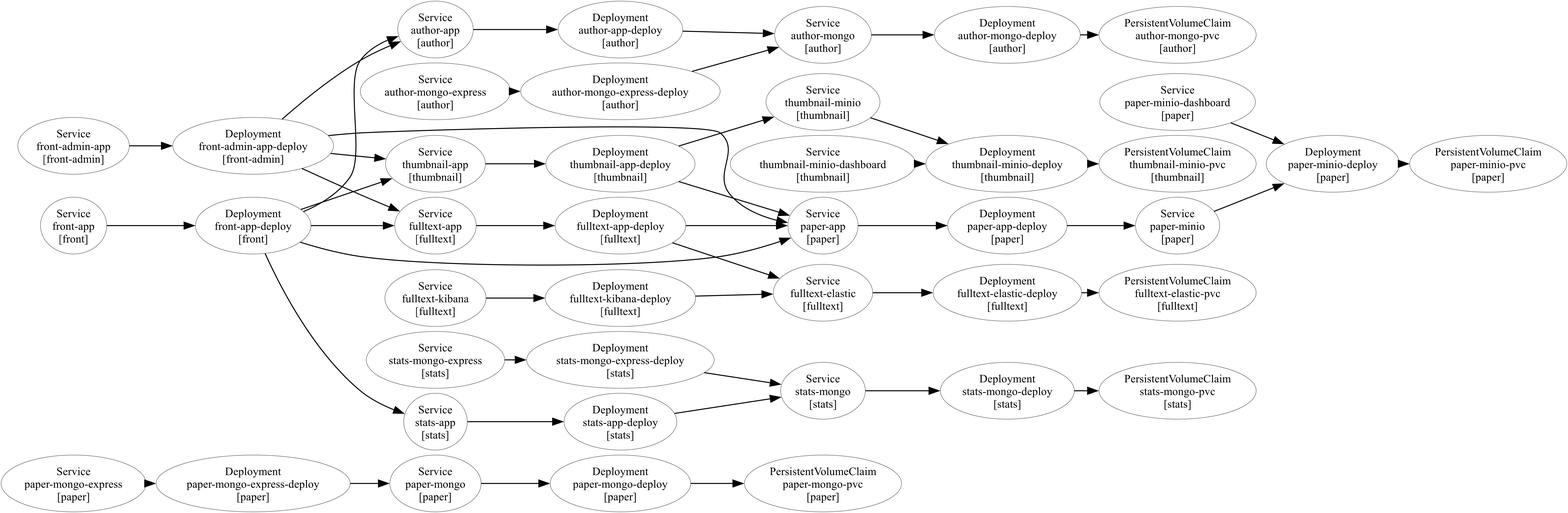
Above: EXPERIMENT/dependency_graph.png in cdsl-research/doktor-v2 (Graphviz), before the change. Its source is kept beside it as EXPERIMENT/dependency_graph.dot.
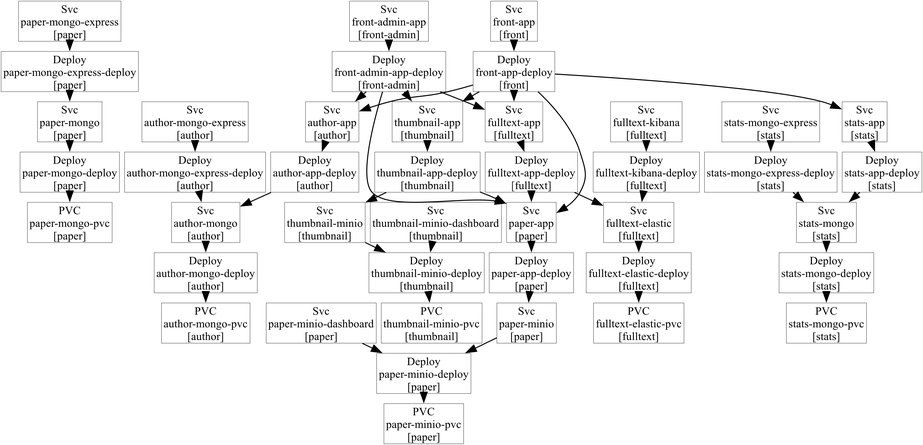
Above is the later version.

The edit, as a diff of the source:
```diff
@@ -1,50 +1,49 @@
 digraph G {
-node [fontsize=40];
+node [fontsize=40,shape=box];
 edge [arrowsize=3.5,penwidth=3.5];
-rankdir=LR;
-    "Deployment\npaper-mongo-express-deploy\n[paper]" -> "Service\npaper-mongo\n[paper]";
-    "Service\npaper-mongo-express\n[paper]" -> "Deployment\npaper-mongo-express-deploy\n[paper]";
-    "Deployment\npaper-mongo-deploy\n[paper]" -> "PersistentVolumeClaim\npaper-mongo-pvc\n[paper]";
-    "Service\npaper-mongo\n[paper]" -> "Deployment\npaper-mongo-deploy\n[paper]";
-    "Deployment\npaper-app-deploy\n[paper]" -> "Service\npaper-minio\n[paper]";
-    "Service\npaper-app\n[paper]" -> "Deployment\npaper-app-deploy\n[paper]";
-    "Deployment\npaper-minio-deploy\n[paper]" -> "PersistentVolumeClaim\npaper-minio-pvc\n[paper]";
-    "Service\npaper-minio\n[paper]" -> "Deployment\npaper-minio-deploy\n[paper]";
-    "Service\npaper-minio-dashboard\n[paper]" -> "Deployment\npaper-minio-deploy\n[paper]";
-    "Deployment\nthumbnail-minio-deploy\n[thumbnail]" -> "PersistentVolumeClaim\nthumbnail-minio-pvc\n[thumbnail]";
-    "Service\nthumbnail-minio\n[thumbnail]" -> "Deployment\nthumbnail-minio-deploy\n[thumbnail]";
-    "Service\nthumbnail-minio-dashboard\n[thumbnail]" -> "Deployment\nthumbnail-minio-deploy\n[thumbnail]";
-    "Deployment\nthumbnail-app-deploy\n[thumbnail]" -> "Service\nthumbnail-minio\n[thumbnail]";
-    "Deployment\nthumbnail-app-deploy\n[thumbnail]" -> "Service\npaper-app\n[paper]";
-    "Service\nthumbnail-app\n[thumbnail]" -> "Deployment\nthumbnail-app-deploy\n[thumbnail]";
-    "Deployment\nauthor-mongo-deploy\n[author]" -> "PersistentVolumeClaim\nauthor-mongo-pvc\n[author]";
-    "Service\nauthor-mongo\n[author]" -> "Deployment\nauthor-mongo-deploy\n[author]";
-    "Deployment\nauthor-mongo-express-deploy\n[author]" -> "Service\nauthor-mongo\n[author]";
-    "Service\nauthor-mongo-express\n[author]" -> "Deployment\nauthor-mongo-express-deploy\n[author]";
-    "Deployment\nauthor-app-deploy\n[author]" -> "Service\nauthor-mongo\n[author]";
-    "Service\nauthor-app\n[author]" -> "Deployment\nauthor-app-deploy\n[author]";
-    "Deployment\nfront-admin-app-deploy\n[front-admin]" -> "Service\npaper-app\n[paper]";
-    "Deployment\nfront-admin-app-deploy\n[front-admin]" -> "Service\nauthor-app\n[author]";
-    "Deployment\nfront-admin-app-deploy\n[front-admin]" -> "Service\nthumbnail-app\n[thumbnail]";
-    "Deployment\nfront-admin-app-deploy\n[front-admin]" -> "Service\nfulltext-app\n[fulltext]";
-    "Service\nfront-admin-app\n[front-admin]" -> "Deployment\nfront-admin-app-deploy\n[front-admin]";
-    "Deployment\nfulltext-app-deploy\n[fulltext]" -> "Service\nfulltext-elastic\n[fulltext]";
-    "Deployment\nfulltext-app-deploy\n[fulltext]" -> "Service\npaper-app\n[paper]";
-    "Service\nfulltext-app\n[fulltext]" -> "Deployment\nfulltext-app-deploy\n[fulltext]";
-    "Deployment\nfulltext-elastic-deploy\n[fulltext]" -> "PersistentVolumeClaim\nfulltext-elastic-pvc\n[fulltext]";
-    "Service\nfulltext-elastic\n[fulltext]" -> "Deployment\nfulltext-elastic-deploy\n[fulltext]";
-    "Deployment\nfulltext-kibana-deploy\n[fulltext]" -> "Service\nfulltext-elastic\n[fulltext]";
-    "Service\nfulltext-kibana\n[fulltext]" -> "Deployment\nfulltext-kibana-deploy\n[fulltext]";
-    "Deployment\nfront-app-deploy\n[front]" -> "Service\npaper-app\n[paper]";
-    "Deployment\nfront-app-deploy\n[front]" -> "Service\nauthor-app\n[author]";
-    "Deployment\nfront-app-deploy\n[front]" -> "Service\nthumbnail-app\n[thumbnail]";
-    "Deployment\nfront-app-deploy\n[front]" -> "Service\nfulltext-app\n[fulltext]";
-    "Deployment\nfront-app-deploy\n[front]" -> "Service\nstats-app\n[stats]";
-    "Service\nfront-app\n[front]" -> "Deployment\nfront-app-deploy\n[front]";
-    "Deployment\nstats-app-deploy\n[stats]" -> "Service\nstats-mongo\n[stats]";
-    "Service\nstats-app\n[stats]" -> "Deployment\nstats-app-deploy\n[stats]";
-    "Deployment\nstats-mongo-express-deploy\n[stats]" -> "Service\nstats-mongo\n[stats]";
-    "Service\nstats-mongo-express\n[stats]" -> "Deployment\nstats-mongo-express-deploy\n[stats]";
-    "Deployment\nstats-mongo-deploy\n[stats]" -> "PersistentVolumeClaim\nstats-mongo-pvc\n[stats]";
-    "Service\nstats-mongo\n[stats]" -> "Deployment\nstats-mongo-deploy\n[stats]";
+    "Deploy\npaper-mongo-express-deploy\n[paper]" -> "Svc\npaper-mongo\n[paper]";
+    "Svc\npaper-mongo-express\n[paper]" -> "Deploy\npaper-mongo-express-deploy\n[paper]";
+    "Deploy\npaper-mongo-deploy\n[paper]" -> "PVC\npaper-mongo-pvc\n[paper]";
+    "Svc\npaper-mongo\n[paper]" -> "Deploy\npaper-mongo-deploy\n[paper]";
+    "Deploy\npaper-app-deploy\n[paper]" -> "Svc\npaper-minio\n[paper]";
+    "Svc\npaper-app\n[paper]" -> "Deploy\npaper-app-deploy\n[paper]";
+    "Deploy\npaper-minio-deploy\n[paper]" -> "PVC\npaper-minio-pvc\n[paper]";
+    "Svc\npaper-minio\n[paper]" -> "Deploy\npaper-minio-deploy\n[paper]";
+    "Svc\npaper-minio-dashboard\n[paper]" -> "Deploy\npaper-minio-deploy\n[paper]";
+    "Deploy\nthumbnail-minio-deploy\n[thumbnail]" -> "PVC\nthumbnail-minio-pvc\n[thumbnail]";
+    "Svc\nthumbnail-minio\n[thumbnail]" -> "Deploy\nthumbnail-minio-deploy\n[thumbnail]";
+    "Svc\nthumbnail-minio-dashboard\n[thumbnail]" -> "Deploy\nthumbnail-minio-deploy\n[thumbnail]";
+    "Deploy\nthumbnail-app-deploy\n[thumbnail]" -> "Svc\nthumbnail-minio\n[thumbnail]";
+    "Deploy\nthumbnail-app-deploy\n[thumbnail]" -> "Svc\npaper-app\n[paper]";
+    "Svc\nthumbnail-app\n[thumbnail]" -> "Deploy\nthumbnail-app-deploy\n[thumbnail]";
+    "Deploy\nauthor-mongo-deploy\n[author]" -> "PVC\nauthor-mongo-pvc\n[author]";
+    "Svc\nauthor-mongo\n[author]" -> "Deploy\nauthor-mongo-deploy\n[author]";
+    "Deploy\nauthor-mongo-express-deploy\n[author]" -> "Svc\nauthor-mongo\n[author]";
+    "Svc\nauthor-mongo-express\n[author]" -> "Deploy\nauthor-mongo-express-deploy\n[author]";
+    "Deploy\nauthor-app-deploy\n[author]" -> "Svc\nauthor-mongo\n[author]";
+    "Svc\nauthor-app\n[author]" -> "Deploy\nauthor-app-deploy\n[author]";
+    "Deploy\nfront-admin-app-deploy\n[front-admin]" -> "Svc\npaper-app\n[paper]";
+    "Deploy\nfront-admin-app-deploy\n[front-admin]" -> "Svc\nauthor-app\n[author]";
+    "Deploy\nfront-admin-app-deploy\n[front-admin]" -> "Svc\nthumbnail-app\n[thumbnail]";
+    "Deploy\nfront-admin-app-deploy\n[front-admin]" -> "Svc\nfulltext-app\n[fulltext]";
+    "Svc\nfront-admin-app\n[front-admin]" -> "Deploy\nfront-admin-app-deploy\n[front-admin]";
+    "Deploy\nfulltext-app-deploy\n[fulltext]" -> "Svc\nfulltext-elastic\n[fulltext]";
+    "Deploy\nfulltext-app-deploy\n[fulltext]" -> "Svc\npaper-app\n[paper]";
+    "Svc\nfulltext-app\n[fulltext]" -> "Deploy\nfulltext-app-deploy\n[fulltext]";
+    "Deploy\nfulltext-elastic-deploy\n[fulltext]" -> "PVC\nfulltext-elastic-pvc\n[fulltext]";
+    "Svc\nfulltext-elastic\n[fulltext]" -> "Deploy\nfulltext-elastic-deploy\n[fulltext]";
+    "Deploy\nfulltext-kibana-deploy\n[fulltext]" -> "Svc\nfulltext-elastic\n[fulltext]";
+    "Svc\nfulltext-kibana\n[fulltext]" -> "Deploy\nfulltext-kibana-deploy\n[fulltext]";
+    "Deploy\nfront-app-deploy\n[front]" -> "Svc\npaper-app\n[paper]";
+    "Deploy\nfront-app-deploy\n[front]" -> "Svc\nauthor-app\n[author]";
+    "Deploy\nfront-app-deploy\n[front]" -> "Svc\nthumbnail-app\n[thumbnail]";
+    "Deploy\nfront-app-deploy\n[front]" -> "Svc\nfulltext-app\n[fulltext]";
+    "Deploy\nfront-app-deploy\n[front]" -> "Svc\nstats-app\n[stats]";
+    "Svc\nfront-app\n[front]" -> "Deploy\nfront-app-deploy\n[front]";
+    "Deploy\nstats-app-deploy\n[stats]" -> "Svc\nstats-mongo\n[stats]";
+    "Svc\nstats-app\n[stats]" -> "Deploy\nstats-app-deploy\n[stats]";
+    "Deploy\nstats-mongo-express-deploy\n[stats]" -> "Svc\nstats-mongo\n[stats]";
+    "Svc\nstats-mongo-express\n[stats]" -> "Deploy\nstats-mongo-express-deploy\n[stats]";
+    "Deploy\nstats-mongo-deploy\n[stats]" -> "PVC\nstats-mongo-pvc\n[stats]";
+    "Svc\nstats-mongo\n[stats]" -> "Deploy\nstats-mongo-deploy\n[stats]";
 }
```
